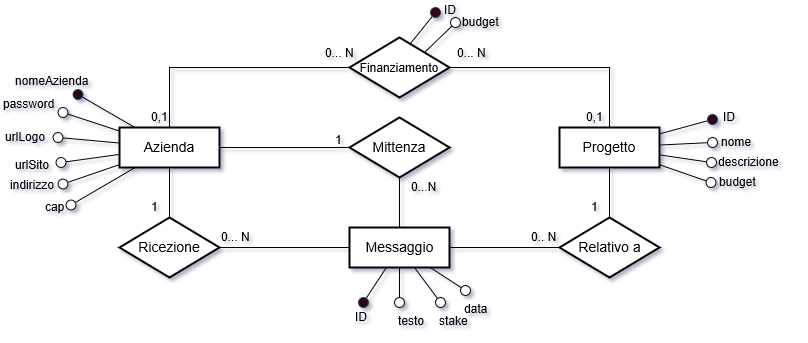
The draw.io diagram img/ER.png in guidogagl/LSMDB, before a commit. Source tidied: cells renumbered, new cells last; positions are measured from the earlier drawing's top-left corner, leaving out a move shared by most shapes.
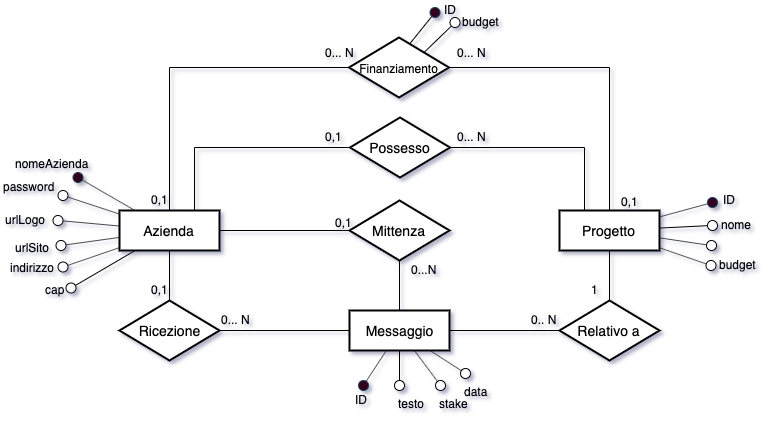
After the commit.

Diff of the diagram source:
```diff
@@ -2,10 +2,10 @@
   <root>
     <mxCell id="0" />
     <mxCell id="1" parent="0" />
-    <mxCell id="2" style="edgeStyle=orthogonalEdgeStyle;rounded=0;jettySize=auto;html=1;entryX=0;entryY=0.5;entryDx=0;entryDy=0;endArrow=none;endFill=0;" parent="1" edge="1" source="4" target="13">
+    <mxCell id="2" style="edgeStyle=orthogonalEdgeStyle;rounded=0;jettySize=auto;html=1;entryX=0;entryY=0.5;entryDx=0;entryDy=0;endArrow=none;endFill=0;" parent="1" edge="1" source="4" target="14">
       <mxGeometry relative="1" as="geometry" />
     </mxCell>
-    <mxCell id="3" style="edgeStyle=orthogonalEdgeStyle;rounded=0;jettySize=auto;html=1;entryX=0.5;entryY=0;entryDx=0;entryDy=0;endArrow=none;endFill=0;" parent="1" edge="1" source="4" target="15">
+    <mxCell id="3" style="edgeStyle=orthogonalEdgeStyle;rounded=0;jettySize=auto;html=1;entryX=0.5;entryY=0;entryDx=0;entryDy=0;endArrow=none;endFill=0;" parent="1" edge="1" source="4" target="16">
       <mxGeometry relative="1" as="geometry" />
     </mxCell>
     <mxCell id="4" value="Azienda" style="strokeWidth=2;whiteSpace=wrap;html=1;align=center;fontSize=14;" parent="1" vertex="1">
@@ -20,152 +20,154 @@
     <mxCell id="7" style="edgeStyle=orthogonalEdgeStyle;rounded=0;jettySize=auto;html=1;exitX=1;exitY=0.5;exitDx=0;exitDy=0;entryX=0.5;entryY=0;entryDx=0;entryDy=0;endArrow=none;endFill=0;" parent="1" edge="1" source="9" target="5">
       <mxGeometry relative="1" as="geometry" />
     </mxCell>
-    <mxCell id="8" style="rounded=0;jettySize=auto;html=1;exitX=1;exitY=0;exitDx=0;exitDy=0;entryX=0;entryY=1;entryDx=0;entryDy=0;endArrow=none;endFill=0;" parent="1" edge="1" source="9" target="30">
+    <mxCell id="8" style="rounded=0;jettySize=auto;html=1;exitX=1;exitY=0;exitDx=0;exitDy=0;entryX=0;entryY=1;entryDx=0;entryDy=0;endArrow=none;endFill=0;" parent="1" edge="1" source="9" target="31">
       <mxGeometry relative="1" as="geometry" />
     </mxCell>
     <mxCell id="9" value="&lt;font style=&quot;font-size: 12px&quot;&gt;Finanziamento&lt;/font&gt;" style="shape=rhombus;strokeWidth=2;fontSize=17;perimeter=rhombusPerimeter;whiteSpace=wrap;html=1;align=center;fontSize=14;" parent="1" vertex="1">
-      <mxGeometry x="348" y="37" width="100" height="60" as="geometry" />
+      <mxGeometry x="347.5" y="-46" width="100" height="60" as="geometry" />
     </mxCell>
-    <mxCell id="10" style="edgeStyle=orthogonalEdgeStyle;rounded=0;jettySize=auto;html=1;exitX=1;exitY=0.5;exitDx=0;exitDy=0;entryX=0;entryY=0.5;entryDx=0;entryDy=0;endArrow=none;endFill=0;" parent="1" edge="1" source="11" target="17">
+    <mxCell id="10" style="edgeStyle=orthogonalEdgeStyle;rounded=0;jettySize=auto;html=1;exitX=1;exitY=0.5;exitDx=0;exitDy=0;entryX=0;entryY=0.5;entryDx=0;entryDy=0;endArrow=none;endFill=0;" parent="1" edge="1" source="11" target="18">
       <mxGeometry relative="1" as="geometry" />
     </mxCell>
     <mxCell id="11" value="Messaggio" style="strokeWidth=2;whiteSpace=wrap;html=1;align=center;fontSize=14;" parent="1" vertex="1">
       <mxGeometry x="348" y="227" width="100" height="40" as="geometry" />
     </mxCell>
-    <mxCell id="12" style="edgeStyle=orthogonalEdgeStyle;rounded=0;jettySize=auto;html=1;entryX=0.5;entryY=0;entryDx=0;entryDy=0;endArrow=none;endFill=0;" parent="1" edge="1" source="13" target="11">
+    <mxCell id="12" style="edgeStyle=orthogonalEdgeStyle;rounded=0;jettySize=auto;html=1;entryX=0.5;entryY=0;entryDx=0;entryDy=0;endArrow=none;endFill=0;" parent="1" edge="1" source="14" target="11">
       <mxGeometry relative="1" as="geometry" />
     </mxCell>
-    <mxCell id="13" value="Mittenza" style="shape=rhombus;strokeWidth=2;fontSize=17;perimeter=rhombusPerimeter;whiteSpace=wrap;html=1;align=center;fontSize=14;" parent="1" vertex="1">
-      <mxGeometry x="348" y="117" width="100" height="60" as="geometry" />
+    <mxCell id="13" style="edgeStyle=orthogonalEdgeStyle;rounded=0;jettySize=auto;html=1;endArrow=none;endFill=0;" parent="1" edge="1" source="14">
+      <mxGeometry relative="1" as="geometry">
+        <mxPoint x="268" y="147" as="targetPoint" />
+      </mxGeometry>
     </mxCell>
-    <mxCell id="14" style="edgeStyle=orthogonalEdgeStyle;rounded=0;jettySize=auto;html=1;entryX=0;entryY=0.5;entryDx=0;entryDy=0;endArrow=none;endFill=0;" parent="1" edge="1" source="15" target="11">
-      <mxGeometry relative="1" as="geometry" />
+    <mxCell id="14" value="Mittenza" style="shape=rhombus;strokeWidth=2;fontSize=17;perimeter=rhombusPerimeter;whiteSpace=wrap;html=1;align=center;fontSize=14;" parent="1" vertex="1">
+      <mxGeometry x="348" y="117" width="100" height="60" as="geometry" />
     </mxCell>
-    <mxCell id="15" value="Ricezione" style="shape=rhombus;strokeWidth=2;fontSize=17;perimeter=rhombusPerimeter;whiteSpace=wrap;html=1;align=center;fontSize=14;" parent="1" vertex="1">
-      <mxGeometry x="118" y="217" width="100" height="60" as="geometry" />
+    <mxCell id="15" style="edgeStyle=orthogonalEdgeStyle;rounded=0;jettySize=auto;html=1;entryX=0;entryY=0.5;entryDx=0;entryDy=0;endArrow=none;endFill=0;" parent="1" edge="1" source="16" target="11">
+      <mxGeometry relative="1" as="geometry" />
     </mxCell>
-    <mxCell id="16" style="edgeStyle=orthogonalEdgeStyle;rounded=0;jettySize=auto;html=1;exitX=0.5;exitY=0;exitDx=0;exitDy=0;endArrow=none;endFill=0;" parent="1" edge="1" source="17" target="5">
-      <mxGeometry relative="1" as="geometry" />
+    <mxCell id="16" value="Ricezione" style="shape=rhombus;strokeWidth=2;fontSize=17;perimeter=rhombusPerimeter;whiteSpace=wrap;html=1;align=center;fontSize=14;" parent="1" vertex="1">
+      <mxGeometry x="118" y="217" width="100" height="60" as="geometry" />
     </mxCell>
-    <mxCell id="17" value="Relativo a" style="shape=rhombus;strokeWidth=2;fontSize=17;perimeter=rhombusPerimeter;whiteSpace=wrap;html=1;align=center;fontSize=14;" parent="1" vertex="1">
-      <mxGeometry x="558" y="217" width="100" height="60" as="geometry" />
+    <mxCell id="17" style="edgeStyle=orthogonalEdgeStyle;rounded=0;jettySize=auto;html=1;exitX=0.5;exitY=0;exitDx=0;exitDy=0;endArrow=none;endFill=0;" parent="1" edge="1" source="18" target="5">
+      <mxGeometry relative="1" as="geometry" />
     </mxCell>
-    <mxCell id="18" value="0,1" style="text;html=1;points=[];align=left;verticalAlign=top;spacingTop=-4;" parent="1" vertex="1">
-      <mxGeometry x="148" y="107" width="30" height="20" as="geometry" />
+    <mxCell id="18" value="Relativo a" style="shape=rhombus;strokeWidth=2;fontSize=17;perimeter=rhombusPerimeter;whiteSpace=wrap;html=1;align=center;fontSize=14;" parent="1" vertex="1">
+      <mxGeometry x="558" y="217" width="100" height="60" as="geometry" />
     </mxCell>
-    <mxCell id="19" value="0... N" style="text;html=1;align=left;verticalAlign=top;spacingTop=-4;" parent="1" vertex="1">
-      <mxGeometry x="322" y="43" width="40" height="20" as="geometry" />
+    <mxCell id="19" value="0,1" style="text;html=1;align=left;verticalAlign=top;spacingTop=-4;" parent="1" vertex="1">
+      <mxGeometry x="148" y="107" width="30" height="20" as="geometry" />
     </mxCell>
     <mxCell id="20" value="0... N" style="text;html=1;align=left;verticalAlign=top;spacingTop=-4;" parent="1" vertex="1">
-      <mxGeometry x="454" y="43" width="40" height="20" as="geometry" />
+      <mxGeometry x="321.5" y="-40" width="40" height="20" as="geometry" />
     </mxCell>
-    <mxCell id="21" value="0,1" style="text;html=1;align=left;verticalAlign=top;spacingTop=-4;" parent="1" vertex="1">
-      <mxGeometry x="583" y="107" width="30" height="20" as="geometry" />
+    <mxCell id="21" value="0... N" style="text;html=1;align=left;verticalAlign=top;spacingTop=-4;" parent="1" vertex="1">
+      <mxGeometry x="453.5" y="-40" width="40" height="20" as="geometry" />
     </mxCell>
-    <mxCell id="22" value="1" style="text;html=1;align=left;verticalAlign=top;spacingTop=-4;" parent="1" vertex="1">
-      <mxGeometry x="148" y="197" width="20" height="20" as="geometry" />
+    <mxCell id="22" value="0,1" style="text;html=1;align=left;verticalAlign=top;spacingTop=-4;" parent="1" vertex="1">
+      <mxGeometry x="618" y="109" width="30" height="20" as="geometry" />
     </mxCell>
-    <mxCell id="23" value="0... N" style="text;html=1;align=left;verticalAlign=top;spacingTop=-4;" parent="1" vertex="1">
-      <mxGeometry x="218" y="227" width="40" height="20" as="geometry" />
+    <mxCell id="23" value="0,1" style="text;html=1;align=left;verticalAlign=top;spacingTop=-4;" parent="1" vertex="1">
+      <mxGeometry x="148" y="197" width="30" height="20" as="geometry" />
     </mxCell>
-    <mxCell id="24" value="1" style="text;html=1;align=left;verticalAlign=top;spacingTop=-4;" parent="1" vertex="1">
-      <mxGeometry x="332" y="130" width="20" height="20" as="geometry" />
+    <mxCell id="24" value="0... N" style="text;html=1;align=left;verticalAlign=top;spacingTop=-4;" parent="1" vertex="1">
+      <mxGeometry x="218" y="227" width="40" height="20" as="geometry" />
     </mxCell>
-    <mxCell id="25" value="0...N" style="text;html=1;align=left;verticalAlign=top;spacingTop=-4;" parent="1" vertex="1">
-      <mxGeometry x="408" y="177" width="40" height="20" as="geometry" />
+    <mxCell id="25" value="0,1" style="text;html=1;align=left;verticalAlign=top;spacingTop=-4;" parent="1" vertex="1">
+      <mxGeometry x="332" y="130" width="30" height="20" as="geometry" />
     </mxCell>
-    <mxCell id="26" value="1" style="text;html=1;align=left;verticalAlign=top;spacingTop=-4;" parent="1" vertex="1">
-      <mxGeometry x="588" y="197" width="20" height="20" as="geometry" />
+    <mxCell id="26" value="0...N" style="text;html=1;align=left;verticalAlign=top;spacingTop=-4;" parent="1" vertex="1">
+      <mxGeometry x="408" y="177" width="40" height="20" as="geometry" />
     </mxCell>
-    <mxCell id="27" value="0.. N" style="text;html=1;align=left;verticalAlign=top;spacingTop=-4;" parent="1" vertex="1">
-      <mxGeometry x="528" y="227" width="40" height="20" as="geometry" />
+    <mxCell id="27" value="1" style="text;html=1;align=left;verticalAlign=top;spacingTop=-4;" parent="1" vertex="1">
+      <mxGeometry x="588" y="197" width="20" height="20" as="geometry" />
     </mxCell>
-    <mxCell id="28" style="edgeStyle=orthogonalEdgeStyle;rounded=0;jettySize=auto;html=1;endArrow=none;endFill=0;" parent="1" edge="1" source="29" target="11">
-      <mxGeometry relative="1" as="geometry" />
+    <mxCell id="28" value="0.. N" style="text;html=1;align=left;verticalAlign=top;spacingTop=-4;" parent="1" vertex="1">
+      <mxGeometry x="528" y="227" width="40" height="20" as="geometry" />
     </mxCell>
-    <mxCell id="29" style="ellipse;whiteSpace=wrap;html=1;" parent="1" vertex="1">
-      <mxGeometry x="393" y="297" width="10" height="10" as="geometry" />
+    <mxCell id="29" style="edgeStyle=orthogonalEdgeStyle;rounded=0;jettySize=auto;html=1;endArrow=none;endFill=0;" parent="1" edge="1" source="30" target="11">
+      <mxGeometry relative="1" as="geometry" />
     </mxCell>
     <mxCell id="30" style="ellipse;whiteSpace=wrap;html=1;" parent="1" vertex="1">
-      <mxGeometry x="449" y="17" width="10" height="10" as="geometry" />
+      <mxGeometry x="393" y="297" width="10" height="10" as="geometry" />
     </mxCell>
-    <mxCell id="31" value="budget&lt;br&gt;" style="text;html=1;points=[];align=left;verticalAlign=top;spacingTop=-4;" parent="1" vertex="1">
-      <mxGeometry x="459" y="12" width="50" height="20" as="geometry" />
+    <mxCell id="31" style="ellipse;whiteSpace=wrap;html=1;" parent="1" vertex="1">
+      <mxGeometry x="448.5" y="-66" width="10" height="10" as="geometry" />
     </mxCell>
-    <mxCell id="32" style="edgeStyle=none;rounded=0;jettySize=auto;html=1;entryX=0.61;entryY=0.1;entryDx=0;entryDy=0;entryPerimeter=0;endArrow=none;endFill=0;" parent="1" edge="1" source="33" target="9">
-      <mxGeometry relative="1" as="geometry" />
+    <mxCell id="32" value="budget&lt;br&gt;" style="text;html=1;align=left;verticalAlign=top;spacingTop=-4;" parent="1" vertex="1">
+      <mxGeometry x="458.5" y="-71" width="50" height="20" as="geometry" />
     </mxCell>
-    <mxCell id="33" style="ellipse;whiteSpace=wrap;html=1;labelBackgroundColor=#000000;fillColor=#33001A;strokeColor=#23445d;" parent="1" vertex="1">
-      <mxGeometry x="429" y="7" width="10" height="10" as="geometry" />
+    <mxCell id="33" style="edgeStyle=none;rounded=0;jettySize=auto;html=1;entryX=0.61;entryY=0.1;entryDx=0;entryDy=0;entryPerimeter=0;endArrow=none;endFill=0;" parent="1" edge="1" source="34" target="9">
+      <mxGeometry relative="1" as="geometry" />
     </mxCell>
-    <mxCell id="34" value="ID" style="text;html=1;points=[];align=left;verticalAlign=top;spacingTop=-4;" parent="1" vertex="1">
-      <mxGeometry x="441" width="30" height="20" as="geometry" />
+    <mxCell id="34" style="ellipse;whiteSpace=wrap;html=1;labelBackgroundColor=#000000;fillColor=#33001A;strokeColor=#23445d;" parent="1" vertex="1">
+      <mxGeometry x="428.5" y="-76" width="10" height="10" as="geometry" />
     </mxCell>
-    <mxCell id="35" style="edgeStyle=none;rounded=0;jettySize=auto;html=1;endArrow=none;endFill=0;" parent="1" edge="1" source="36" target="5">
-      <mxGeometry relative="1" as="geometry" />
+    <mxCell id="35" value="ID" style="text;html=1;align=left;verticalAlign=top;spacingTop=-4;" parent="1" vertex="1">
+      <mxGeometry x="440.5" y="-83" width="30" height="20" as="geometry" />
     </mxCell>
-    <mxCell id="36" style="ellipse;whiteSpace=wrap;html=1;labelBackgroundColor=#000000;fillColor=#33001A;strokeColor=#23445d;" parent="1" vertex="1">
-      <mxGeometry x="706" y="114" width="10" height="10" as="geometry" />
+    <mxCell id="36" style="edgeStyle=none;rounded=0;jettySize=auto;html=1;endArrow=none;endFill=0;" parent="1" edge="1" source="37" target="5">
+      <mxGeometry relative="1" as="geometry" />
     </mxCell>
-    <mxCell id="37" value="ID" style="text;html=1;points=[];align=left;verticalAlign=top;spacingTop=-4;" parent="1" vertex="1">
-      <mxGeometry x="720" y="107" width="30" height="20" as="geometry" />
+    <mxCell id="37" style="ellipse;whiteSpace=wrap;html=1;labelBackgroundColor=#000000;fillColor=#33001A;strokeColor=#23445d;" parent="1" vertex="1">
+      <mxGeometry x="706" y="114" width="10" height="10" as="geometry" />
     </mxCell>
-    <mxCell id="38" style="edgeStyle=none;rounded=0;jettySize=auto;html=1;endArrow=none;endFill=0;" parent="1" edge="1" source="39" target="11">
-      <mxGeometry relative="1" as="geometry" />
+    <mxCell id="38" value="ID" style="text;html=1;align=left;verticalAlign=top;spacingTop=-4;" parent="1" vertex="1">
+      <mxGeometry x="720" y="107" width="30" height="20" as="geometry" />
     </mxCell>
-    <mxCell id="39" style="ellipse;whiteSpace=wrap;html=1;labelBackgroundColor=#000000;fillColor=#33001A;strokeColor=#23445d;" parent="1" vertex="1">
-      <mxGeometry x="357" y="297" width="10" height="10" as="geometry" />
+    <mxCell id="39" style="edgeStyle=none;rounded=0;jettySize=auto;html=1;endArrow=none;endFill=0;" parent="1" edge="1" source="40" target="11">
+      <mxGeometry relative="1" as="geometry" />
     </mxCell>
-    <mxCell id="40" value="ID" style="text;html=1;points=[];align=left;verticalAlign=top;spacingTop=-4;" parent="1" vertex="1">
-      <mxGeometry x="352" y="307" width="30" height="20" as="geometry" />
+    <mxCell id="40" style="ellipse;whiteSpace=wrap;html=1;labelBackgroundColor=#000000;fillColor=#33001A;strokeColor=#23445d;" parent="1" vertex="1">
+      <mxGeometry x="357" y="297" width="10" height="10" as="geometry" />
     </mxCell>
-    <mxCell id="41" style="edgeStyle=none;rounded=0;jettySize=auto;html=1;endArrow=none;endFill=0;" parent="1" edge="1" source="42" target="4">
-      <mxGeometry relative="1" as="geometry" />
+    <mxCell id="41" value="ID" style="text;html=1;align=left;verticalAlign=top;spacingTop=-4;" parent="1" vertex="1">
+      <mxGeometry x="352" y="307" width="30" height="20" as="geometry" />
     </mxCell>
-    <mxCell id="42" style="ellipse;whiteSpace=wrap;html=1;labelBackgroundColor=#000000;fillColor=#33001A;strokeColor=#23445d;" parent="1" vertex="1">
-      <mxGeometry x="71.5" y="89" width="10" height="10" as="geometry" />
+    <mxCell id="42" style="edgeStyle=none;rounded=0;jettySize=auto;html=1;endArrow=none;endFill=0;" parent="1" edge="1" source="43" target="4">
+      <mxGeometry relative="1" as="geometry" />
     </mxCell>
-    <mxCell id="43" value="nomeAzienda" style="text;html=1;points=[];align=left;verticalAlign=top;spacingTop=-4;" parent="1" vertex="1">
-      <mxGeometry x="11.5" y="71" width="90" height="20" as="geometry" />
+    <mxCell id="43" style="ellipse;whiteSpace=wrap;html=1;labelBackgroundColor=#000000;fillColor=#33001A;strokeColor=#23445d;" parent="1" vertex="1">
+      <mxGeometry x="71.5" y="89" width="10" height="10" as="geometry" />
     </mxCell>
-    <mxCell id="44" value="testo&lt;br&gt;" style="text;html=1;align=left;verticalAlign=top;spacingTop=-4;" parent="1" vertex="1">
-      <mxGeometry x="395" y="311" width="40" height="20" as="geometry" />
+    <mxCell id="44" value="nomeAzienda" style="text;html=1;align=left;verticalAlign=top;spacingTop=-4;" parent="1" vertex="1">
+      <mxGeometry x="11.5" y="71" width="90" height="20" as="geometry" />
     </mxCell>
-    <mxCell id="45" style="edgeStyle=none;rounded=0;jettySize=auto;html=1;endArrow=none;endFill=0;" parent="1" edge="1" source="46" target="11">
-      <mxGeometry relative="1" as="geometry" />
+    <mxCell id="45" value="testo&lt;br&gt;" style="text;html=1;align=left;verticalAlign=top;spacingTop=-4;" parent="1" vertex="1">
+      <mxGeometry x="395" y="311" width="40" height="20" as="geometry" />
     </mxCell>
-    <mxCell id="46" style="ellipse;whiteSpace=wrap;html=1;" parent="1" vertex="1">
-      <mxGeometry x="434" y="297" width="10" height="10" as="geometry" />
+    <mxCell id="46" style="edgeStyle=none;rounded=0;jettySize=auto;html=1;endArrow=none;endFill=0;" parent="1" edge="1" source="47" target="11">
+      <mxGeometry relative="1" as="geometry" />
     </mxCell>
-    <mxCell id="47" value="stake" style="text;html=1;points=[];align=left;verticalAlign=top;spacingTop=-4;" parent="1" vertex="1">
-      <mxGeometry x="436" y="311" width="40" height="20" as="geometry" />
+    <mxCell id="47" style="ellipse;whiteSpace=wrap;html=1;" parent="1" vertex="1">
+      <mxGeometry x="434" y="297" width="10" height="10" as="geometry" />
     </mxCell>
-    <mxCell id="48" style="edgeStyle=none;rounded=0;jettySize=auto;html=1;endArrow=none;endFill=0;" parent="1" edge="1" source="49" target="11">
-      <mxGeometry relative="1" as="geometry" />
+    <mxCell id="48" value="stake" style="text;html=1;align=left;verticalAlign=top;spacingTop=-4;" parent="1" vertex="1">
+      <mxGeometry x="436" y="311" width="40" height="20" as="geometry" />
     </mxCell>
-    <mxCell id="49" style="ellipse;whiteSpace=wrap;html=1;" parent="1" vertex="1">
-      <mxGeometry x="459" y="285" width="10" height="10" as="geometry" />
+    <mxCell id="49" style="edgeStyle=none;rounded=0;jettySize=auto;html=1;endArrow=none;endFill=0;" parent="1" edge="1" source="50" target="11">
+      <mxGeometry relative="1" as="geometry" />
     </mxCell>
-    <mxCell id="50" value="data" style="text;html=1;points=[];align=left;verticalAlign=top;spacingTop=-4;" parent="1" vertex="1">
-      <mxGeometry x="461" y="299" width="40" height="20" as="geometry" />
+    <mxCell id="50" style="ellipse;whiteSpace=wrap;html=1;" parent="1" vertex="1">
+      <mxGeometry x="459" y="285" width="10" height="10" as="geometry" />
     </mxCell>
-    <mxCell id="51" style="edgeStyle=none;rounded=0;jettySize=auto;html=1;endArrow=none;endFill=0;" parent="1" edge="1" source="52" target="5">
-      <mxGeometry relative="1" as="geometry" />
+    <mxCell id="51" value="data" style="text;html=1;align=left;verticalAlign=top;spacingTop=-4;" parent="1" vertex="1">
+      <mxGeometry x="461" y="299" width="40" height="20" as="geometry" />
     </mxCell>
-    <mxCell id="52" style="ellipse;whiteSpace=wrap;html=1;" parent="1" vertex="1">
-      <mxGeometry x="706" y="137" width="10" height="10" as="geometry" />
+    <mxCell id="52" style="edgeStyle=none;rounded=0;jettySize=auto;html=1;endArrow=none;endFill=0;" parent="1" edge="1" source="53" target="5">
+      <mxGeometry relative="1" as="geometry" />
     </mxCell>
-    <mxCell id="53" value="nome" style="text;html=1;points=[];align=left;verticalAlign=top;spacingTop=-4;" parent="1" vertex="1">
-      <mxGeometry x="718" y="132" width="50" height="20" as="geometry" />
+    <mxCell id="53" style="ellipse;whiteSpace=wrap;html=1;" parent="1" vertex="1">
+      <mxGeometry x="706" y="137" width="10" height="10" as="geometry" />
     </mxCell>
-    <mxCell id="54" style="edgeStyle=none;rounded=0;jettySize=auto;html=1;endArrow=none;endFill=0;" parent="1" edge="1" source="55" target="5">
-      <mxGeometry relative="1" as="geometry" />
+    <mxCell id="54" value="nome" style="text;html=1;align=left;verticalAlign=top;spacingTop=-4;" parent="1" vertex="1">
+      <mxGeometry x="718" y="132" width="50" height="20" as="geometry" />
     </mxCell>
-    <mxCell id="55" style="ellipse;whiteSpace=wrap;html=1;" parent="1" vertex="1">
-      <mxGeometry x="705" y="157" width="10" height="10" as="geometry" />
+    <mxCell id="55" style="edgeStyle=none;rounded=0;jettySize=auto;html=1;endArrow=none;endFill=0;" parent="1" edge="1" source="56" target="5">
+      <mxGeometry relative="1" as="geometry" />
     </mxCell>
-    <mxCell id="56" value="descrizione" style="text;html=1;points=[];align=left;verticalAlign=top;spacingTop=-4;" parent="1" vertex="1">
-      <mxGeometry x="715" y="152" width="80" height="20" as="geometry" />
+    <mxCell id="56" style="ellipse;whiteSpace=wrap;html=1;" parent="1" vertex="1">
+      <mxGeometry x="705" y="157" width="10" height="10" as="geometry" />
     </mxCell>
     <mxCell id="57" style="edgeStyle=none;rounded=0;jettySize=auto;html=1;endArrow=none;endFill=0;" parent="1" edge="1" source="58" target="5">
       <mxGeometry relative="1" as="geometry" />
@@ -221,5 +223,20 @@
     <mxCell id="74" value="password" style="text;html=1;align=left;verticalAlign=top;spacingTop=-4;" parent="1" vertex="1">
       <mxGeometry x="-0.5" y="94" width="70" height="20" as="geometry" />
     </mxCell>
+    <mxCell id="75" style="edgeStyle=orthogonalEdgeStyle;rounded=0;jettySize=auto;html=1;exitX=0;exitY=0.5;exitDx=0;exitDy=0;entryX=0.75;entryY=0;entryDx=0;entryDy=0;endArrow=none;endFill=0;" parent="1" edge="1" source="77" target="4">
+      <mxGeometry relative="1" as="geometry" />
+    </mxCell>
+    <mxCell id="76" style="edgeStyle=orthogonalEdgeStyle;rounded=0;jettySize=auto;html=1;exitX=1;exitY=0.5;exitDx=0;exitDy=0;entryX=0.25;entryY=0;entryDx=0;entryDy=0;endArrow=none;endFill=0;" parent="1" edge="1" source="77" target="5">
+      <mxGeometry relative="1" as="geometry" />
+    </mxCell>
+    <mxCell id="77" value="Possesso" style="shape=rhombus;strokeWidth=2;fontSize=17;perimeter=rhombusPerimeter;whiteSpace=wrap;html=1;align=center;fontSize=14;" parent="1" vertex="1">
+      <mxGeometry x="348.5" y="34" width="100" height="60" as="geometry" />
+    </mxCell>
+    <mxCell id="78" value="0,1" style="text;html=1;align=left;verticalAlign=top;spacingTop=-4;" parent="1" vertex="1">
+      <mxGeometry x="321.5" y="44" width="30" height="20" as="geometry" />
+    </mxCell>
+    <mxCell id="79" value="0... N" style="text;html=1;align=left;verticalAlign=top;spacingTop=-4;" parent="1" vertex="1">
+      <mxGeometry x="453.5" y="44" width="40" height="20" as="geometry" />
+    </mxCell>
   </root>
 </mxGraphModel>
```
